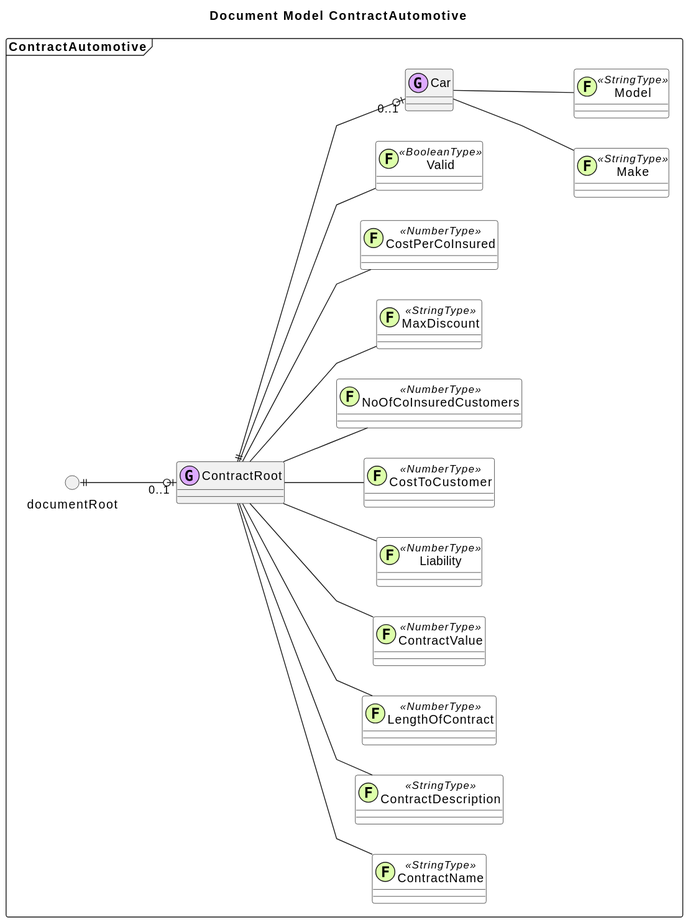
mgm-tp/a12-dataservices keeps this PlantUML diagram as dataservices-test-resources/src/main/resources/diagrams/images/ContractAutomotive.svg. Above is the earlier version. Its source is kept beside it as dataservices-test-resources/src/main/resources/diagrams/generated/ContractAutomotive.puml.
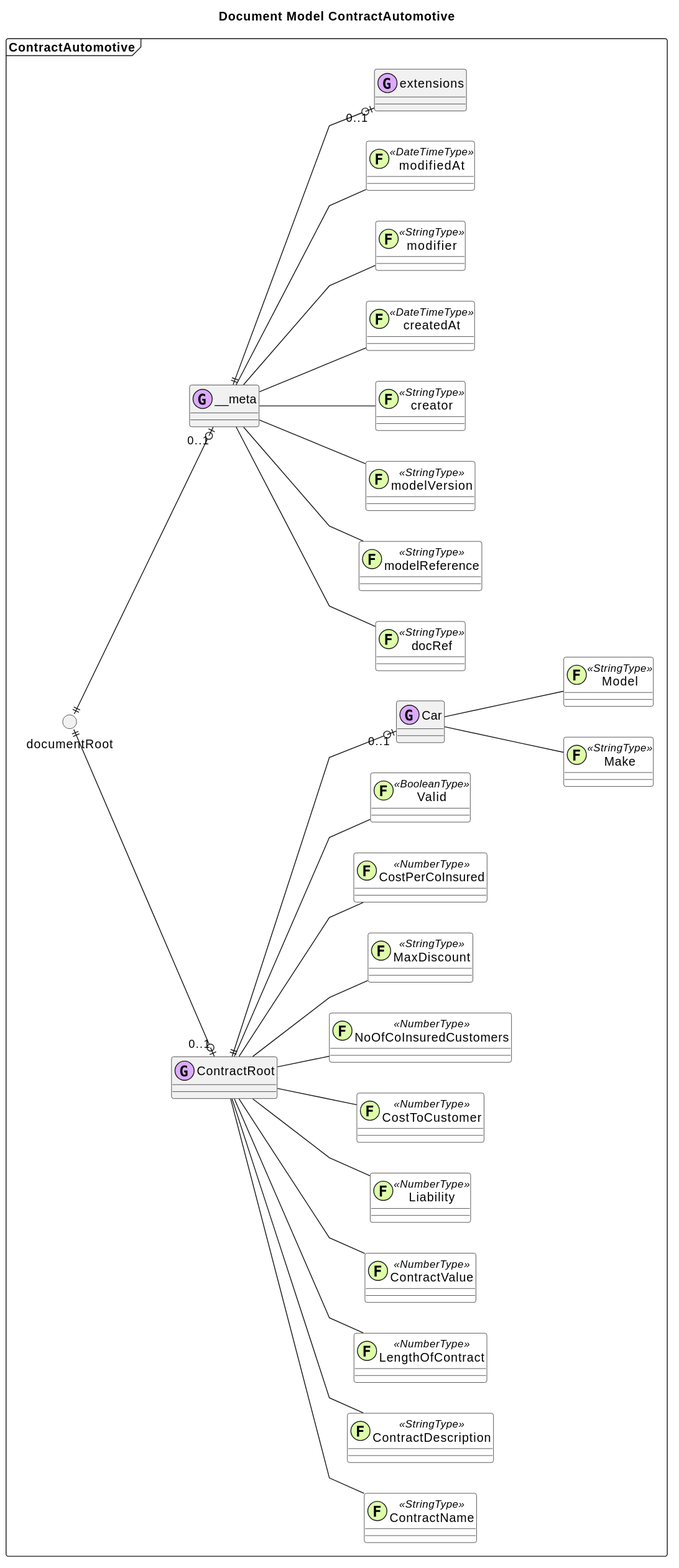
After the change.

Diff of the diagram source:
```diff
@@ -109,5 +109,26 @@
 
 	ContractAutomotiveDocumentRoot ||--o| "0..1" group_a9838
 
+	group('"__meta" as abc6a6767a60488754aace2accb73824_group_8f4b1')
+	field('"docRef" as abc6a6767a60488754aace2accb73824_field_1169c <<StringType>>')
+	abc6a6767a60488754aace2accb73824_group_8f4b1 -- abc6a6767a60488754aace2accb73824_field_1169c
+	field('"modelReference" as abc6a6767a60488754aace2accb73824_field_cfb40 <<StringType>>')
+	abc6a6767a60488754aace2accb73824_group_8f4b1 -- abc6a6767a60488754aace2accb73824_field_cfb40
+	field('"modelVersion" as abc6a6767a60488754aace2accb73824_field_17e3b <<StringType>>')
+	abc6a6767a60488754aace2accb73824_group_8f4b1 -- abc6a6767a60488754aace2accb73824_field_17e3b
+	field('"creator" as abc6a6767a60488754aace2accb73824_field_cdaf9 <<StringType>>')
+	abc6a6767a60488754aace2accb73824_group_8f4b1 -- abc6a6767a60488754aace2accb73824_field_cdaf9
+	field('"createdAt" as abc6a6767a60488754aace2accb73824_field_65672 <<DateTimeType>>')
+	abc6a6767a60488754aace2accb73824_group_8f4b1 -- abc6a6767a60488754aace2accb73824_field_65672
+	field('"modifier" as abc6a6767a60488754aace2accb73824_field_1fa32 <<StringType>>')
+	abc6a6767a60488754aace2accb73824_group_8f4b1 -- abc6a6767a60488754aace2accb73824_field_1fa32
+	field('"modifiedAt" as abc6a6767a60488754aace2accb73824_field_5cd66 <<DateTimeType>>')
+	abc6a6767a60488754aace2accb73824_group_8f4b1 -- abc6a6767a60488754aace2accb73824_field_5cd66
+	group('"extensions" as abc6a6767a60488754aace2accb73824_group_4c9a1')
+
+	abc6a6767a60488754aace2accb73824_group_8f4b1 ||--o| "0..1" abc6a6767a60488754aace2accb73824_group_4c9a1
+
+	ContractAutomotiveDocumentRoot ||--o| "0..1" abc6a6767a60488754aace2accb73824_group_8f4b1
+
 }
 @enduml
```
